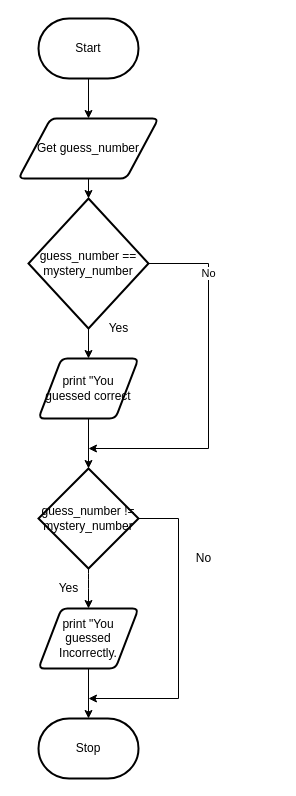
Peter-Gemmell/ICS3U-Unit3-03-Python keeps this draw.io diagram as Flowchart.drawio. Above is the earlier version. Source tidied: cells renumbered, new cells numbered last; positions are measured from the earlier drawing's top-left corner, leaving out a move shared by most shapes. Both pictures are drawn from the tidied source at 100%, with x=0, y=0 at pixel (18, 18).
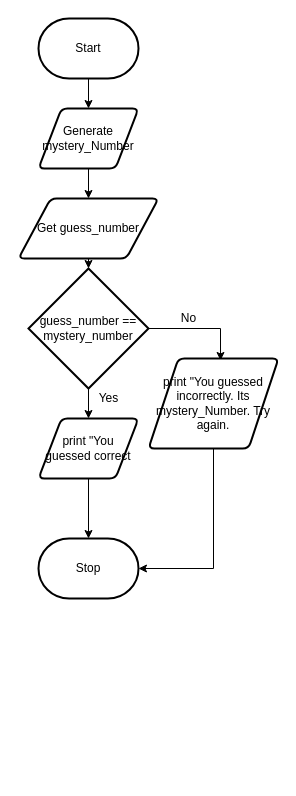
After the change.

The change refers to these unchanged cells:
```xml
<mxCell id="3" value="Start" style="strokeWidth=2;html=1;shape=mxgraph.flowchart.terminator;whiteSpace=wrap;" parent="1" vertex="1">
  <mxGeometry x="20" width="100" height="60" as="geometry" />
</mxCell>
```

What changed in the source:
```diff
@@
-    <mxCell id="2" style="edgeStyle=none;html=1;" parent="1" edge="1" source="3" target="5">
-      <mxGeometry relative="1" as="geometry" />
-    </mxCell>
+    <mxCell id="21" style="edgeStyle=none;html=1;" parent="1" edge="1" source="3" target="26">
+      <mxGeometry relative="1" as="geometry" />
+    </mxCell>
@@
     <mxCell id="5" value="Get guess_number" style="shape=parallelogram;html=1;strokeWidth=2;perimeter=parallelogramPerimeter;whiteSpace=wrap;rounded=1;arcSize=12;size=0.23;" parent="1" vertex="1">
-      <mxGeometry y="100" width="140" height="60" as="geometry" />
+      <mxGeometry y="180" width="140" height="60" as="geometry" />
     </mxCell>
-    <mxCell id="6" style="edgeStyle=none;html=1;" parent="1" edge="1" source="7" target="18">
+    <mxCell id="6" style="edgeStyle=none;html=1;" parent="1" edge="1" source="7" target="8">
       <mxGeometry relative="1" as="geometry" />
     </mxCell>
     <mxCell id="7" value="print &quot;You guessed correct" style="shape=parallelogram;html=1;strokeWidth=2;perimeter=parallelogramPerimeter;whiteSpace=wrap;rounded=1;arcSize=12;size=0.23;" parent="1" vertex="1">
-      <mxGeometry x="20" y="340" width="100" height="60" as="geometry" />
+      <mxGeometry x="20" y="400" width="100" height="60" as="geometry" />
     </mxCell>
     <mxCell id="8" value="Stop" style="strokeWidth=2;html=1;shape=mxgraph.flowchart.terminator;whiteSpace=wrap;" parent="1" vertex="1">
-      <mxGeometry x="20" y="700" width="100" height="60" as="geometry" />
+      <mxGeometry x="20" y="520" width="100" height="60" as="geometry" />
     </mxCell>
@@
-    <mxCell id="10" style="edgeStyle=none;html=1;exitX=1;exitY=0.5;exitDx=0;exitDy=0;exitPerimeter=0;rounded=0;" parent="1" edge="1" source="12">
-      <mxGeometry relative="1" as="geometry">
-        <mxPoint x="70" y="430" as="targetPoint" />
-        <Array as="points">
-          <mxPoint x="190" y="245" />
-          <mxPoint x="190" y="430" />
-        </Array>
-      </mxGeometry>
-    </mxCell>
-    <mxCell id="11" value="No" style="edgeLabel;html=1;align=center;verticalAlign=middle;" parent="10" vertex="1">
-      <mxGeometry x="-0.62" y="-1" relative="1" as="geometry" />
-    </mxCell>
+    <mxCell id="22" style="edgeStyle=none;html=1;entryX=0.554;entryY=0.022;entryDx=0;entryDy=0;entryPerimeter=0;exitX=1;exitY=0.5;exitDx=0;exitDy=0;exitPerimeter=0;rounded=0;" parent="1" edge="1" source="12" target="24">
+      <mxGeometry relative="1" as="geometry">
+        <Array as="points">
+          <mxPoint x="202" y="310" />
+        </Array>
+      </mxGeometry>
+    </mxCell>
     <mxCell id="12" value="&lt;span&gt;guess_number == mystery_number&lt;/span&gt;" style="strokeWidth=2;html=1;shape=mxgraph.flowchart.decision;whiteSpace=wrap;" parent="1" vertex="1">
-      <mxGeometry x="10" y="180" width="120" height="130" as="geometry" />
+      <mxGeometry x="10" y="250" width="120" height="120" as="geometry" />
     </mxCell>
     <mxCell id="13" value="Yes" style="text;html=1;align=center;verticalAlign=middle;strokeColor=none;fillColor=none;" parent="1" vertex="1">
-      <mxGeometry x="80" y="300" width="40" height="20" as="geometry" />
+      <mxGeometry x="70" y="370" width="40" height="20" as="geometry" />
     </mxCell>
-    <mxCell id="14" style="edgeStyle=none;html=1;" parent="1" edge="1" source="15" target="8">
-      <mxGeometry relative="1" as="geometry" />
-    </mxCell>
-    <mxCell id="15" value="print &quot;You guessed Incorrectly." style="shape=parallelogram;html=1;strokeWidth=2;perimeter=parallelogramPerimeter;whiteSpace=wrap;rounded=1;arcSize=12;size=0.23;" parent="1" vertex="1">
-      <mxGeometry x="20" y="590" width="100" height="60" as="geometry" />
-    </mxCell>
-    <mxCell id="16" style="edgeStyle=none;html=1;" parent="1" edge="1" source="18" target="15">
-      <mxGeometry relative="1" as="geometry">
-        <Array as="points">
-          <mxPoint x="70" y="560" />
-        </Array>
-      </mxGeometry>
-    </mxCell>
-    <mxCell id="17" style="edgeStyle=none;html=1;exitX=1;exitY=0.5;exitDx=0;exitDy=0;exitPerimeter=0;rounded=0;" parent="1" edge="1" source="18">
-      <mxGeometry relative="1" as="geometry">
-        <mxPoint x="70" y="680" as="targetPoint" />
-        <Array as="points">
-          <mxPoint x="160" y="500" />
-          <mxPoint x="160" y="680" />
-        </Array>
-      </mxGeometry>
-    </mxCell>
-    <mxCell id="18" value="guess_number != mystery_number" style="strokeWidth=2;html=1;shape=mxgraph.flowchart.decision;whiteSpace=wrap;" parent="1" vertex="1">
-      <mxGeometry x="20" y="450" width="100" height="100" as="geometry" />
-    </mxCell>
-    <mxCell id="19" value="Yes&lt;br&gt;" style="text;html=1;align=center;verticalAlign=middle;strokeColor=none;fillColor=none;" parent="1" vertex="1">
-      <mxGeometry x="30" y="560" width="40" height="20" as="geometry" />
-    </mxCell>
+    <mxCell id="23" style="edgeStyle=none;rounded=0;html=1;entryX=1;entryY=0.5;entryDx=0;entryDy=0;entryPerimeter=0;" parent="1" edge="1" source="24" target="8">
+      <mxGeometry relative="1" as="geometry">
+        <Array as="points">
+          <mxPoint x="195" y="550" />
+        </Array>
+      </mxGeometry>
+    </mxCell>
+    <mxCell id="24" value="print &quot;You guessed incorrectly. Its mystery_Number. Try again." style="shape=parallelogram;html=1;strokeWidth=2;perimeter=parallelogramPerimeter;whiteSpace=wrap;rounded=1;arcSize=12;size=0.23;" parent="1" vertex="1">
+      <mxGeometry x="130" y="340" width="130" height="90" as="geometry" />
+    </mxCell>
+    <mxCell id="25" style="edgeStyle=none;html=1;" parent="1" edge="1" source="26" target="5">
+      <mxGeometry relative="1" as="geometry" />
+    </mxCell>
+    <mxCell id="26" value="Generate mystery_Number" style="shape=parallelogram;html=1;strokeWidth=2;perimeter=parallelogramPerimeter;whiteSpace=wrap;rounded=1;arcSize=12;size=0.23;" parent="1" vertex="1">
+      <mxGeometry x="20" y="90" width="100" height="60" as="geometry" />
+    </mxCell>
     <mxCell id="20" value="No&lt;br&gt;" style="text;html=1;align=center;verticalAlign=middle;strokeColor=none;fillColor=none;" parent="1" vertex="1">
-      <mxGeometry x="170" y="530" width="30" height="20" as="geometry" />
+      <mxGeometry x="155" y="290" width="30" height="20" as="geometry" />
     </mxCell>
```
